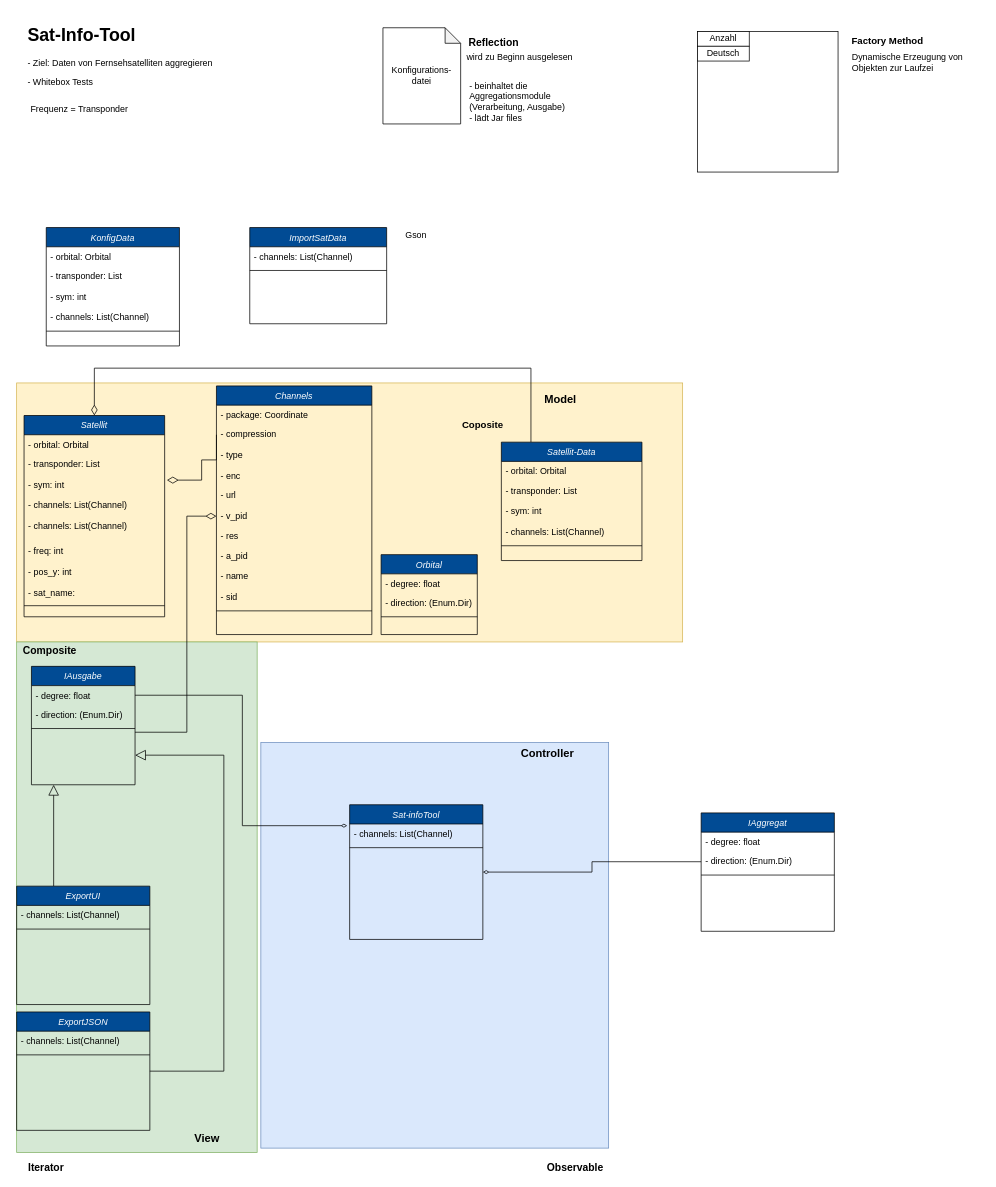
AndelasOne/Sat-Info-Tool keeps this draw.io diagram as Sat-Info-Tool.drawio. Above is the earlier version. Source tidied: cells renumbered, new cells numbered last; positions are measured from the earlier drawing's top-left corner, leaving out a move shared by most shapes. Both pictures are drawn from the tidied source at 74%, with x=0, y=0 at pixel (13, 20).
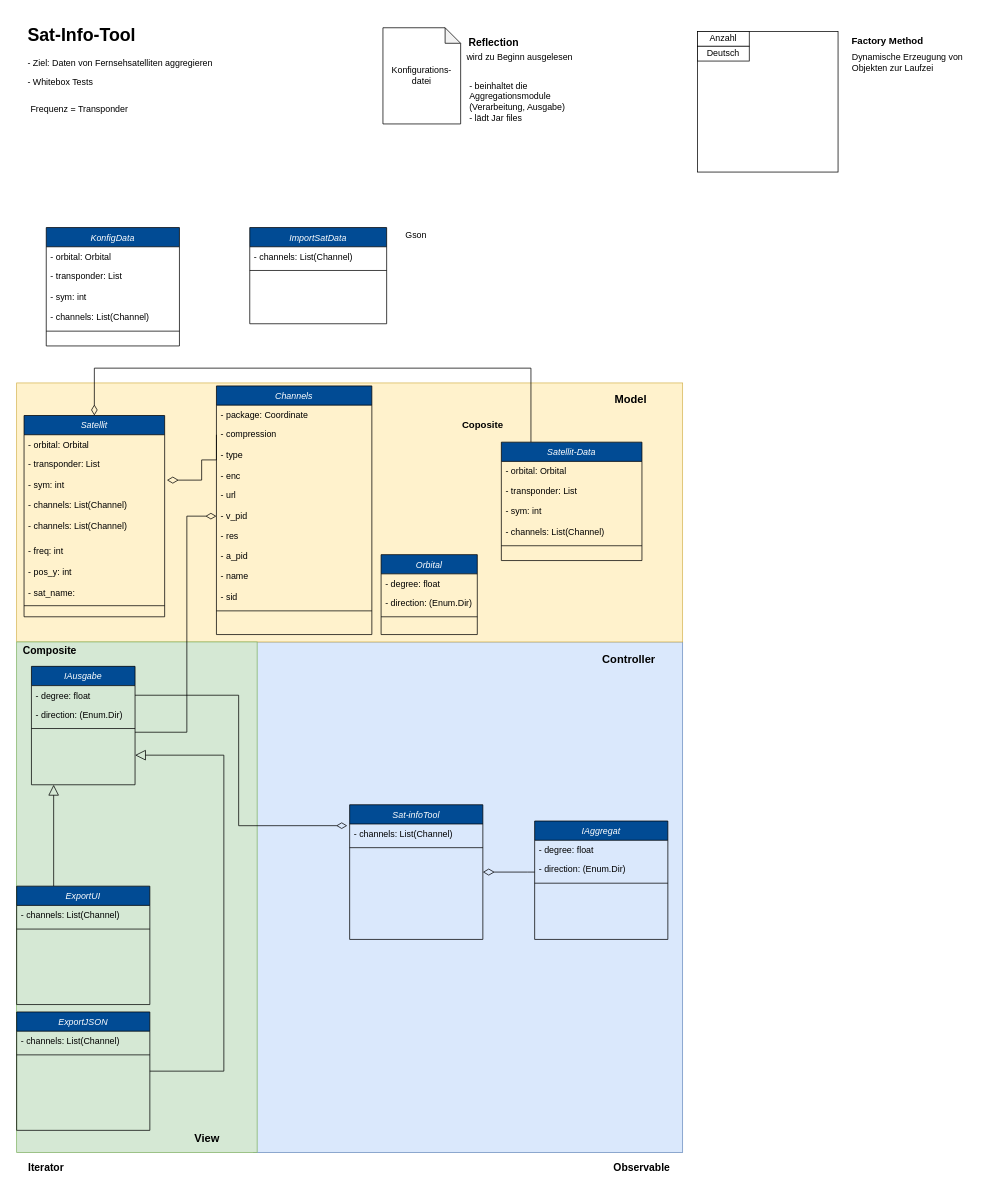
After the change.

Unchanged cells that the change refers to:
```xml
<mxCell id="44" value="Sat-infoTool" style="swimlane;fontStyle=2;align=center;verticalAlign=top;horizontal=1;startSize=26;rounded=0;shadow=0;strokeWidth=1;fillColor=#014B94;fontColor=#FFFFFF;" parent="1" vertex="1">
  <mxGeometry x="455" y="1060" width="180" height="182" as="geometry" />
</mxCell>
<mxCell id="45" value="- channels: List(Channel)" style="text;align=left;verticalAlign=top;spacingLeft=4;spacingRight=4;overflow=hidden;points=[[0,0.5],[1,0.5]];portConstraint=eastwest;rounded=0;shadow=0;html=0;" parent="44" vertex="1">
  <mxGeometry y="26" width="180" height="28" as="geometry" />
</mxCell>
<mxCell id="70" value="- degree: float" style="text;align=left;verticalAlign=top;spacingLeft=4;spacingRight=4;overflow=hidden;points=[[0,0.5],[1,0.5]];portConstraint=eastwest;" parent="69" vertex="1">
  <mxGeometry y="26" width="140" height="26" as="geometry" />
</mxCell>
<mxCell id="75" value="- direction: (Enum.Dir)" style="text;align=left;verticalAlign=top;spacingLeft=4;spacingRight=4;overflow=hidden;points=[[0,0.5],[1,0.5]];portConstraint=eastwest;rounded=0;shadow=0;html=0;" parent="73" vertex="1">
  <mxGeometry y="52" width="180" height="28" as="geometry" />
</mxCell>
```

Change to the diagram source:
```diff
@@
     <mxCell id="2" style="rounded=0;whiteSpace=wrap;html=1;fillColor=#dae8fc;strokeColor=#6c8ebf;" parent="1" vertex="1">
-      <mxGeometry x="335" y="976" width="470" height="548" as="geometry" />
+      <mxGeometry x="325" y="840" width="580" height="690" as="geometry" />
     </mxCell>
@@
     <mxCell id="73" value="IAggregat" style="swimlane;fontStyle=2;align=center;verticalAlign=top;horizontal=1;startSize=26;rounded=0;shadow=0;strokeWidth=1;fillColor=#014B94;fontColor=#FFFFFF;" parent="1" vertex="1">
-      <mxGeometry x="930" y="1071" width="180" height="160" as="geometry" />
+      <mxGeometry x="705" y="1082" width="180" height="160" as="geometry" />
     </mxCell>
@@
     <mxCell id="81" value="&lt;font style=&quot;font-size: 15px&quot;&gt;&lt;b&gt;Controller&lt;/b&gt;&lt;/font&gt;" style="text;html=1;strokeColor=none;fillColor=none;align=center;verticalAlign=middle;whiteSpace=wrap;rounded=0;" parent="1" vertex="1">
-      <mxGeometry x="625" y="980" width="195" height="20" as="geometry" />
+      <mxGeometry x="735" y="853" width="195" height="20" as="geometry" />
     </mxCell>
@@
     <mxCell id="83" value="&lt;span style=&quot;font-size: 15px&quot;&gt;&lt;b&gt;Model&lt;/b&gt;&lt;/span&gt;" style="text;html=1;strokeColor=none;fillColor=none;align=center;verticalAlign=middle;whiteSpace=wrap;rounded=0;" parent="1" vertex="1">
-      <mxGeometry x="660" y="502" width="160" height="20" as="geometry" />
+      <mxGeometry x="765" y="502" width="140" height="20" as="geometry" />
     </mxCell>
@@
     <mxCell id="85" value="&lt;span style=&quot;font-size: 14px&quot;&gt;&lt;b&gt;Observable&lt;/b&gt;&lt;/span&gt;" style="text;html=1;strokeColor=none;fillColor=none;align=center;verticalAlign=middle;whiteSpace=wrap;rounded=0;" parent="1" vertex="1">
-      <mxGeometry x="715" y="1540" width="90" height="20" as="geometry" />
+      <mxGeometry x="805" y="1540" width="90" height="20" as="geometry" />
     </mxCell>
@@
-    <mxCell id="87" style="edgeStyle=orthogonalEdgeStyle;rounded=0;jettySize=auto;html=1;exitX=1;exitY=0.5;exitDx=0;exitDy=0;entryX=-0.018;entryY=0.081;entryDx=0;entryDy=0;entryPerimeter=0;endArrow=diamondThin;endFill=0;jumpSize=11;targetPerimeterSpacing=5;" parent="1" edge="1" source="70" target="45">
+    <mxCell id="87" style="edgeStyle=orthogonalEdgeStyle;rounded=0;jettySize=auto;html=1;exitX=1;exitY=0.5;exitDx=0;exitDy=0;entryX=-0.018;entryY=0.081;entryDx=0;entryDy=0;entryPerimeter=0;endArrow=diamondThin;endFill=0;jumpSize=13;targetPerimeterSpacing=2;sourcePerimeterSpacing=0;strokeWidth=1;endSize=12;" parent="1" edge="1" source="70" target="45">
       <mxGeometry relative="1" as="geometry" />
     </mxCell>
-    <mxCell id="88" style="edgeStyle=orthogonalEdgeStyle;rounded=0;jumpSize=11;jettySize=auto;html=1;entryX=1;entryY=0.5;entryDx=0;entryDy=0;endArrow=diamondThin;endFill=0;targetPerimeterSpacing=5;strokeWidth=1;sourcePerimeterSpacing=0;" parent="1" edge="1" source="75" target="44">
-      <mxGeometry relative="1" as="geometry" />
+    <mxCell id="88" style="edgeStyle=orthogonalEdgeStyle;rounded=0;jumpSize=11;jettySize=auto;html=1;entryX=1;entryY=0.5;entryDx=0;entryDy=0;endArrow=diamondThin;endFill=0;targetPerimeterSpacing=5;strokeWidth=1;sourcePerimeterSpacing=0;endSize=13;" parent="1" edge="1" source="75" target="44">
+      <mxGeometry relative="1" as="geometry">
+        <Array as="points">
+          <mxPoint x="695" y="1151" />
+          <mxPoint x="695" y="1151" />
+        </Array>
+      </mxGeometry>
     </mxCell>
```
